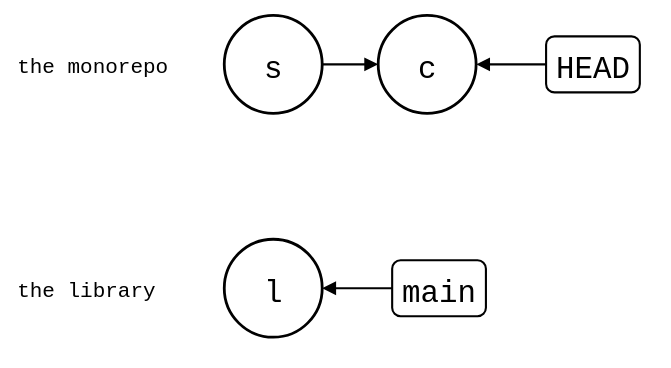
Before: static/blog/episodes/git-submodule-splice-fix.drawio.svg, a diagram exported from draw.io (roschaefer/roschaefer.de). Source tidied: cells renumbered, new cells last; positions are measured from the earlier drawing's top-left corner, leaving out a move shared by most shapes.
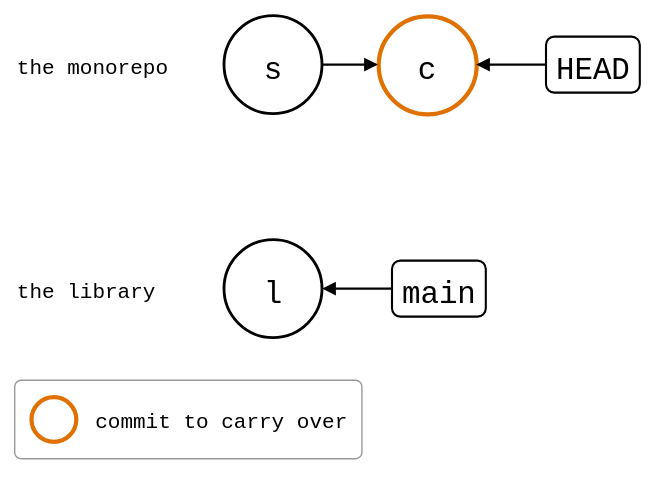
The same file after the commit.

Diff of the diagram source:
```diff
@@ -11,7 +11,7 @@
     <mxCell id="4" value="s" style="ellipse;strokeWidth=2;fontSize=22;fontFamily=Roboto Mono,monospace;" parent="1" vertex="1">
       <mxGeometry x="150" width="70" height="70" as="geometry" />
     </mxCell>
-    <mxCell id="5" value="c" style="ellipse;strokeWidth=2;fontSize=22;fontFamily=Roboto Mono,monospace;" parent="1" vertex="1">
+    <mxCell id="5" value="c" style="ellipse;fontSize=22;fontFamily=Roboto Mono,monospace;strokeColor=#E07000;strokeWidth=3;" parent="1" vertex="1">
       <mxGeometry x="260" width="70" height="70" as="geometry" />
     </mxCell>
     <mxCell id="6" value="l" style="ellipse;strokeWidth=2;fontSize=22;fontFamily=Roboto Mono,monospace;" parent="1" vertex="1">
@@ -32,5 +32,14 @@
     <mxCell id="11" style="endArrow=block;endFill=1;html=1;strokeWidth=1.5;rounded=0;" parent="1" edge="1" source="4" target="5">
       <mxGeometry relative="1" as="geometry" />
     </mxCell>
+    <mxCell id="12" style="rounded=1;arcSize=8;fillColor=none;strokeColor=#999999;strokeWidth=1;legend=1;" parent="1" vertex="1">
+      <mxGeometry y="260" width="248" height="56" as="geometry" />
+    </mxCell>
+    <mxCell id="13" style="ellipse;fontSize=13;fontFamily=Roboto Mono,monospace;strokeColor=#E07000;strokeWidth=3;" parent="12" vertex="1">
+      <mxGeometry x="12" y="12" width="32" height="32" as="geometry" />
+    </mxCell>
+    <mxCell id="14" value="commit to carry over" style="text;align=left;verticalAlign=middle;fontSize=15;fontFamily=Roboto Mono,monospace;" parent="12" vertex="1">
+      <mxGeometry x="56" y="12" width="180" height="32" as="geometry" />
+    </mxCell>
   </root>
 </mxGraphModel>
```
